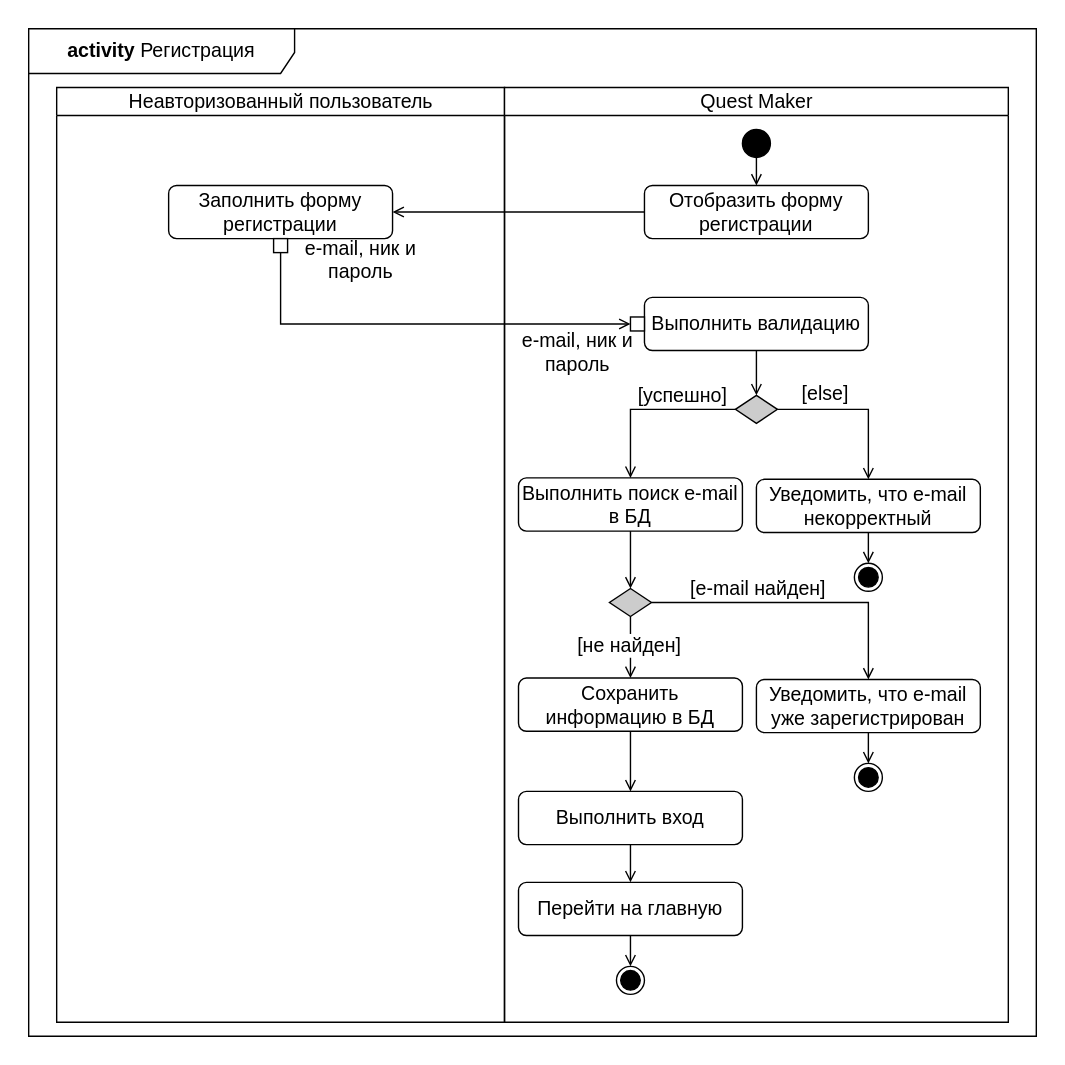
Before: uml/activity/Диаграмма деятельности (Регистрация).drawio.svg, a diagram exported from draw.io (Quest-maker-team/Docs). Source tidied: cells renumbered, new cells last; positions are measured from the earlier drawing's top-left corner, leaving out a move shared by most shapes.
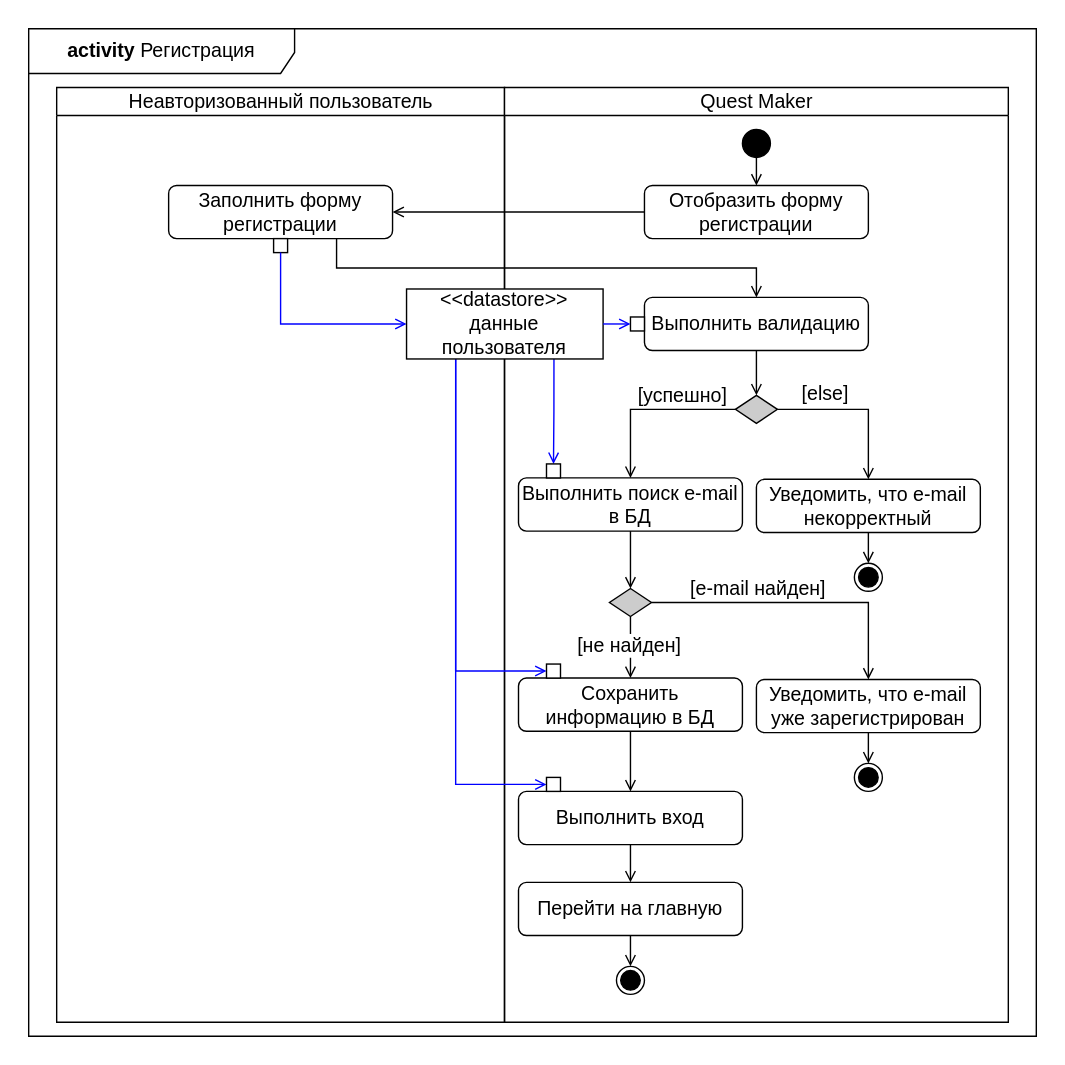
Later version of the same file.

The edit, as a diff of the source:
```diff
@@ -11,9 +11,6 @@
     <mxCell id="4" style="whiteSpace=wrap;html=1;fontFamily=Helvetica;fontSize=11;fontColor=default;" parent="2" vertex="1">
       <mxGeometry x="155" y="108" width="10" height="10" as="geometry" />
     </mxCell>
-    <mxCell id="5" value="&lt;font style=&quot;font-size: 14px;&quot;&gt;e-mail, ник и пароль&lt;/font&gt;" style="text;html=1;strokeColor=none;fillColor=none;align=center;verticalAlign=middle;whiteSpace=wrap;rounded=0;fontSize=11;fontFamily=Helvetica;fontColor=default;" parent="2" vertex="1">
-      <mxGeometry x="165" y="108" width="105" height="30" as="geometry" />
-    </mxCell>
     <mxCell id="6" value="&lt;span style=&quot;font-weight: normal;&quot;&gt;&lt;font style=&quot;font-size: 14px;&quot;&gt;Quest Maker&lt;/font&gt;&lt;/span&gt;" style="swimlane;startSize=20;html=1;" parent="1" vertex="1">
       <mxGeometry x="340" y="42" width="360" height="668" as="geometry" />
     </mxCell>
@@ -61,15 +58,12 @@
     <mxCell id="20" style="edgeStyle=orthogonalEdgeStyle;rounded=0;jettySize=auto;html=1;exitX=0;exitY=0.5;exitDx=0;exitDy=0;entryX=1;entryY=0.5;entryDx=0;entryDy=0;endArrow=open;endFill=0;" parent="1" edge="1" source="8" target="3">
       <mxGeometry relative="1" as="geometry" />
     </mxCell>
-    <mxCell id="21" style="edgeStyle=orthogonalEdgeStyle;shape=connector;rounded=0;jettySize=auto;html=1;exitX=0.5;exitY=1;exitDx=0;exitDy=0;labelBackgroundColor=default;strokeColor=default;align=center;verticalAlign=middle;fontFamily=Helvetica;fontSize=11;fontColor=default;endArrow=open;endFill=0;entryX=0;entryY=0.5;entryDx=0;entryDy=0;" parent="1" edge="1" source="4" target="13">
+    <mxCell id="21" style="edgeStyle=orthogonalEdgeStyle;shape=connector;rounded=0;jettySize=auto;html=1;exitX=0.5;exitY=1;exitDx=0;exitDy=0;labelBackgroundColor=default;strokeColor=#0000FF;align=center;verticalAlign=middle;fontFamily=Helvetica;fontSize=11;fontColor=default;endArrow=open;endFill=0;entryX=0;entryY=0.5;entryDx=0;entryDy=0;" parent="1" edge="1" source="4" target="48">
       <mxGeometry relative="1" as="geometry" />
     </mxCell>
     <mxCell id="22" value="&lt;font style=&quot;font-size: 14px;&quot;&gt;&lt;b&gt;activity&lt;/b&gt;&amp;nbsp;Регистрация&lt;/font&gt;" style="shape=umlFrame;whiteSpace=wrap;html=1;width=190;fontFamily=Helvetica;fontSize=11;fontColor=default;height=32;" parent="1" vertex="1">
       <mxGeometry width="720" height="720" as="geometry" />
     </mxCell>
-    <mxCell id="23" value="&lt;font style=&quot;font-size: 14px;&quot;&gt;e-mail, ник и пароль&lt;/font&gt;" style="text;html=1;strokeColor=none;fillColor=none;align=center;verticalAlign=middle;whiteSpace=wrap;rounded=0;fontSize=11;fontFamily=Helvetica;fontColor=default;" parent="22" vertex="1">
-      <mxGeometry x="340" y="216" width="105" height="30" as="geometry" />
-    </mxCell>
     <mxCell id="24" value="&lt;font style=&quot;font-size: 14px;&quot;&gt;Выполнить вход&lt;/font&gt;" style="rounded=1;whiteSpace=wrap;html=1;fontFamily=Helvetica;fontSize=11;fontColor=default;" parent="22" vertex="1">
       <mxGeometry x="350" y="545" width="160" height="38" as="geometry" />
     </mxCell>
@@ -129,6 +123,27 @@
     <mxCell id="42" value="&lt;font style=&quot;font-size: 14px;&quot;&gt;Перейти на главную&lt;/font&gt;" style="rounded=1;whiteSpace=wrap;html=1;fontFamily=Helvetica;fontSize=11;fontColor=default;" parent="22" vertex="1">
       <mxGeometry x="350" y="610" width="160" height="38" as="geometry" />
     </mxCell>
+    <mxCell id="45" style="edgeStyle=orthogonalEdgeStyle;shape=connector;rounded=0;jettySize=auto;html=1;exitX=0.75;exitY=1;exitDx=0;exitDy=0;entryX=0.5;entryY=0;entryDx=0;entryDy=0;labelBackgroundColor=default;strokeColor=#0000FF;align=center;verticalAlign=middle;fontFamily=Helvetica;fontSize=11;fontColor=default;endArrow=open;endFill=0;" parent="22" edge="1" source="48" target="49">
+      <mxGeometry relative="1" as="geometry" />
+    </mxCell>
+    <mxCell id="46" style="edgeStyle=orthogonalEdgeStyle;shape=connector;rounded=0;jettySize=auto;html=1;exitX=0.25;exitY=1;exitDx=0;exitDy=0;entryX=0;entryY=0.5;entryDx=0;entryDy=0;labelBackgroundColor=default;strokeColor=#0000FF;align=center;verticalAlign=middle;fontFamily=Helvetica;fontSize=11;fontColor=default;endArrow=open;endFill=0;" parent="22" edge="1" source="48" target="50">
+      <mxGeometry relative="1" as="geometry" />
+    </mxCell>
+    <mxCell id="47" style="edgeStyle=orthogonalEdgeStyle;shape=connector;rounded=0;jettySize=auto;html=1;exitX=0.25;exitY=1;exitDx=0;exitDy=0;entryX=0;entryY=0.5;entryDx=0;entryDy=0;labelBackgroundColor=default;strokeColor=#0000FF;align=center;verticalAlign=middle;fontFamily=Helvetica;fontSize=11;fontColor=default;endArrow=open;endFill=0;" parent="22" edge="1" source="48" target="51">
+      <mxGeometry relative="1" as="geometry" />
+    </mxCell>
+    <mxCell id="48" value="&lt;font style=&quot;&quot;&gt;&lt;span style=&quot;font-size: 14px;&quot;&gt;&amp;lt;&amp;lt;datastore&amp;gt;&amp;gt;&lt;/span&gt;&lt;br&gt;&lt;/font&gt;&lt;span style=&quot;font-size: 14px;&quot;&gt;данные пользователя&lt;/span&gt;" style="rounded=0;whiteSpace=wrap;html=1;fontFamily=Helvetica;fontSize=11;fontColor=default;" parent="22" vertex="1">
+      <mxGeometry x="270" y="186" width="140.4" height="50" as="geometry" />
+    </mxCell>
+    <mxCell id="49" style="whiteSpace=wrap;html=1;fontFamily=Helvetica;fontSize=11;fontColor=default;" parent="22" vertex="1">
+      <mxGeometry x="370" y="311" width="10" height="10" as="geometry" />
+    </mxCell>
+    <mxCell id="50" style="whiteSpace=wrap;html=1;fontFamily=Helvetica;fontSize=11;fontColor=default;" parent="22" vertex="1">
+      <mxGeometry x="370" y="454" width="10" height="10" as="geometry" />
+    </mxCell>
+    <mxCell id="51" style="whiteSpace=wrap;html=1;fontFamily=Helvetica;fontSize=11;fontColor=default;" parent="22" vertex="1">
+      <mxGeometry x="370" y="535" width="10" height="10" as="geometry" />
+    </mxCell>
     <mxCell id="43" style="edgeStyle=orthogonalEdgeStyle;shape=connector;rounded=0;jettySize=auto;html=1;exitX=0;exitY=0.5;exitDx=0;exitDy=0;labelBackgroundColor=default;strokeColor=default;align=center;verticalAlign=middle;fontFamily=Helvetica;fontSize=11;fontColor=default;endArrow=open;endFill=0;entryX=0.5;entryY=0;entryDx=0;entryDy=0;" parent="1" edge="1" source="12" target="31">
       <mxGeometry relative="1" as="geometry" />
     </mxCell>
@@ -137,5 +152,11 @@
         <mxPoint x="6" y="-12" as="offset" />
       </mxGeometry>
     </mxCell>
+    <mxCell id="52" style="edgeStyle=orthogonalEdgeStyle;rounded=0;jettySize=auto;html=1;exitX=1;exitY=0.5;exitDx=0;exitDy=0;entryX=0;entryY=0.5;entryDx=0;entryDy=0;endArrow=open;endFill=0;strokeColor=#0000FF;" parent="1" edge="1" source="48" target="13">
+      <mxGeometry relative="1" as="geometry" />
+    </mxCell>
+    <mxCell id="53" style="edgeStyle=orthogonalEdgeStyle;shape=connector;rounded=0;jettySize=auto;html=1;exitX=0.75;exitY=1;exitDx=0;exitDy=0;entryX=0.5;entryY=0;entryDx=0;entryDy=0;labelBackgroundColor=default;strokeColor=default;align=center;verticalAlign=middle;fontFamily=Helvetica;fontSize=11;fontColor=default;endArrow=open;endFill=0;" parent="1" edge="1" source="3" target="11">
+      <mxGeometry relative="1" as="geometry" />
+    </mxCell>
   </root>
 </mxGraphModel>
```
